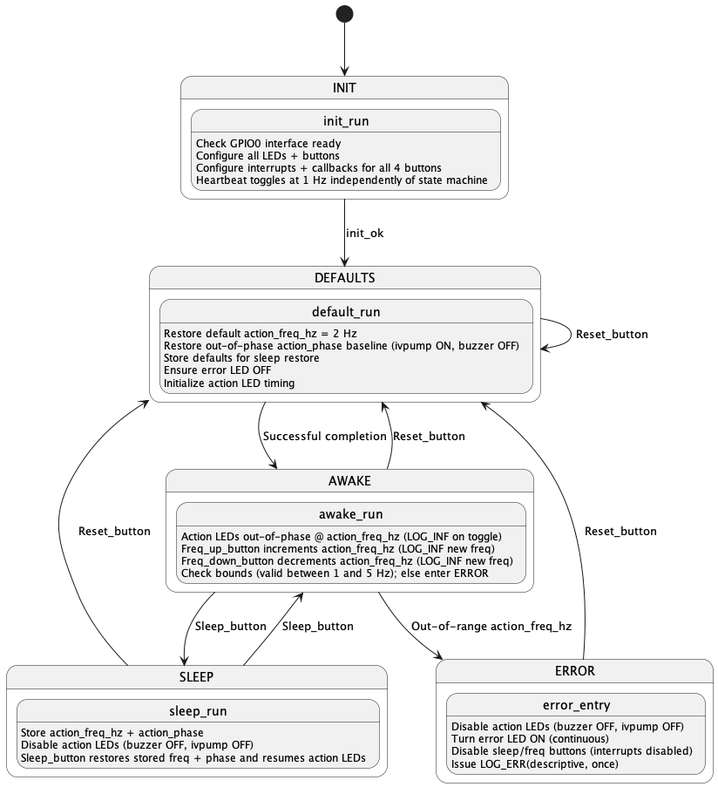
nikhilmethi/ZephyrRTOS keeps this PlantUML diagram as docs/state_diagram.png. Above is the earlier version. Source of this version:
```plantuml
@startuml
[*] --> INIT

state INIT {
    init_run: Check GPIO0 interface ready
    init_run: Configure all LEDs + buttons
    init_run: Configure interrupts + callbacks for all 4 buttons
    init_run: Heartbeat toggles at 1 Hz independently of state machine
}

INIT -d-> DEFAULTS : init_ok

state DEFAULTS {
    default_run: Restore default action_freq_hz = 2 Hz
    default_run: Restore out-of-phase action_phase baseline (ivpump ON, buzzer OFF)
    default_run: Store defaults for sleep restore
    default_run: Ensure error LED OFF
    default_run: Initialize action LED timing
}

DEFAULTS --> AWAKE : Successful completion
DEFAULTS --> DEFAULTS : Reset_button

state AWAKE {
    awake_run: Action LEDs out-of-phase @ action_freq_hz (LOG_INF on toggle)
    awake_run: Freq_up_button increments action_freq_hz (LOG_INF new freq)
    awake_run: Freq_down_button decrements action_freq_hz (LOG_INF new freq)
    awake_run: Check bounds (valid between 1 and 5 Hz); else enter ERROR
}

AWAKE --> SLEEP : Sleep_button
AWAKE --> DEFAULTS : Reset_button
AWAKE --> ERROR : Out-of-range action_freq_hz

state SLEEP {
    sleep_run: Store action_freq_hz + action_phase
    sleep_run: Disable action LEDs (buzzer OFF, ivpump OFF)
    sleep_run: Sleep_button restores stored freq + phase and resumes action LEDs
}

SLEEP --> AWAKE : Sleep_button
SLEEP --> DEFAULTS : Reset_button

state ERROR {
    error_entry: Disable action LEDs (buzzer OFF, ivpump OFF)
    error_entry: Turn error LED ON (continuous)
    error_entry: Disable sleep/freq buttons (interrupts disabled)
    error_entry: Issue LOG_ERR(descriptive, once)
}

ERROR --> DEFAULTS : Reset_button
@enduml
```
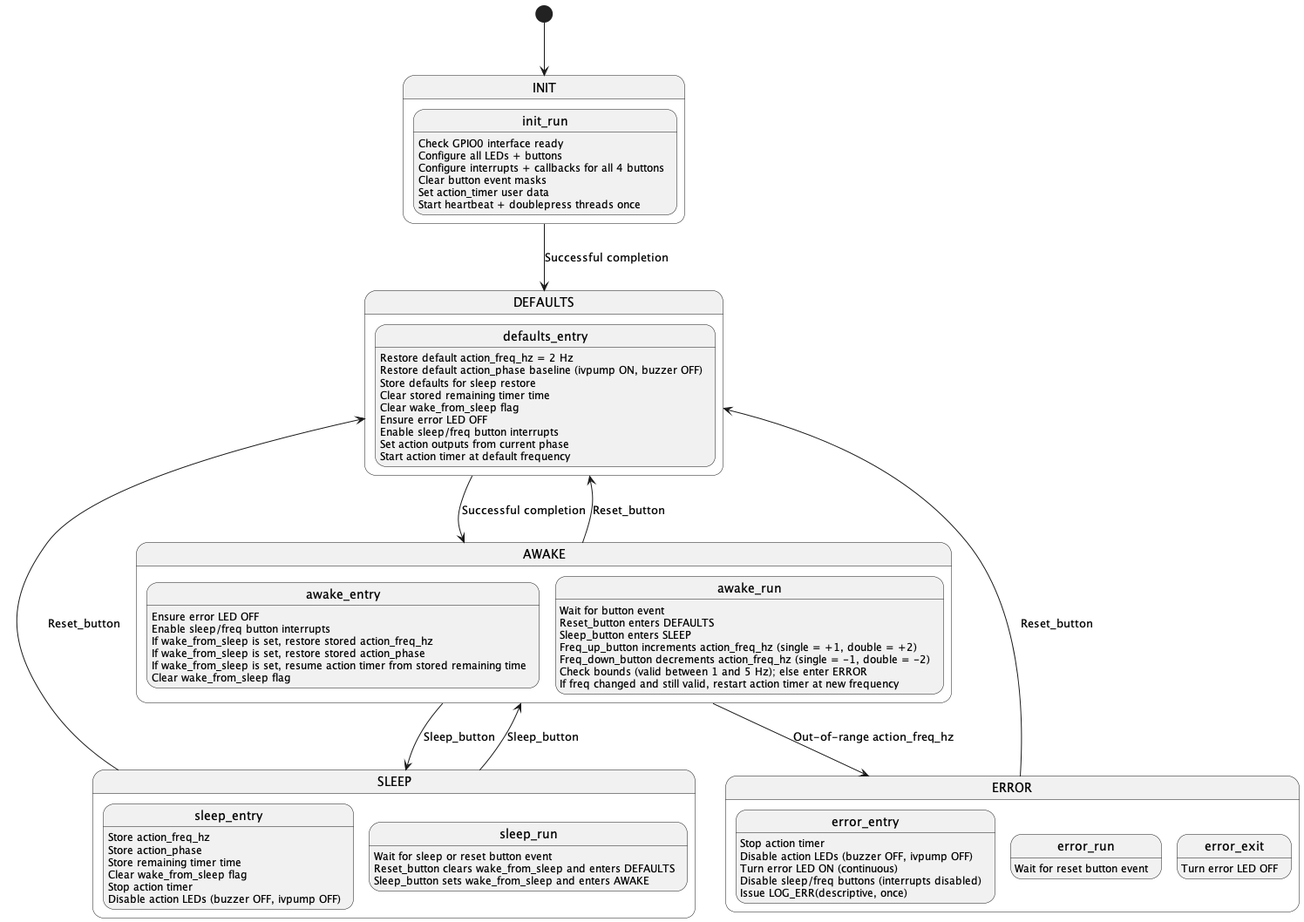
Later version of the same file.

Commit message:
Modified state_diagram and updated image file to reflect new entry/exit model

What changed in the source:
```diff
@@ -5,47 +5,70 @@
     init_run: Check GPIO0 interface ready
     init_run: Configure all LEDs + buttons
     init_run: Configure interrupts + callbacks for all 4 buttons
-    init_run: Heartbeat toggles at 1 Hz independently of state machine
+    init_run: Clear button event masks
+    init_run: Set action_timer user data
+    init_run: Start heartbeat + doublepress threads once
 }
 
-INIT -d-> DEFAULTS : init_ok
+INIT -d-> DEFAULTS : Successful completion
 
 state DEFAULTS {
-    default_run: Restore default action_freq_hz = 2 Hz
-    default_run: Restore out-of-phase action_phase baseline (ivpump ON, buzzer OFF)
-    default_run: Store defaults for sleep restore
-    default_run: Ensure error LED OFF
-    default_run: Initialize action LED timing
+    defaults_entry: Restore default action_freq_hz = 2 Hz
+    defaults_entry: Restore default action_phase baseline (ivpump ON, buzzer OFF)
+    defaults_entry: Store defaults for sleep restore
+    defaults_entry: Clear stored remaining timer time
+    defaults_entry: Clear wake_from_sleep flag
+    defaults_entry: Ensure error LED OFF
+    defaults_entry: Enable sleep/freq button interrupts
+    defaults_entry: Set action outputs from current phase
+    defaults_entry: Start action timer at default frequency
 }
 
 DEFAULTS --> AWAKE : Successful completion
-DEFAULTS --> DEFAULTS : Reset_button
 
 state AWAKE {
-    awake_run: Action LEDs out-of-phase @ action_freq_hz (LOG_INF on toggle)
-    awake_run: Freq_up_button increments action_freq_hz (LOG_INF new freq)
-    awake_run: Freq_down_button decrements action_freq_hz (LOG_INF new freq)
+    awake_entry: Ensure error LED OFF
+    awake_entry: Enable sleep/freq button interrupts
+    awake_entry: If wake_from_sleep is set, restore stored action_freq_hz
+    awake_entry: If wake_from_sleep is set, restore stored action_phase
+    awake_entry: If wake_from_sleep is set, resume action timer from stored remaining time
+    awake_entry: Clear wake_from_sleep flag
+    awake_run: Wait for button event
+    awake_run: Reset_button enters DEFAULTS
+    awake_run: Sleep_button enters SLEEP
+    awake_run: Freq_up_button increments action_freq_hz (single = +1, double = +2)
+    awake_run: Freq_down_button decrements action_freq_hz (single = -1, double = -2)
     awake_run: Check bounds (valid between 1 and 5 Hz); else enter ERROR
+    awake_run: If freq changed and still valid, restart action timer at new frequency
 }
 
+AWAKE --> DEFAULTS : Reset_button
 AWAKE --> SLEEP : Sleep_button
-AWAKE --> DEFAULTS : Reset_button
 AWAKE --> ERROR : Out-of-range action_freq_hz
 
 state SLEEP {
-    sleep_run: Store action_freq_hz + action_phase
-    sleep_run: Disable action LEDs (buzzer OFF, ivpump OFF)
-    sleep_run: Sleep_button restores stored freq + phase and resumes action LEDs
+    sleep_entry: Store action_freq_hz
+    sleep_entry: Store action_phase
+    sleep_entry: Store remaining timer time
+    sleep_entry: Clear wake_from_sleep flag
+    sleep_entry: Stop action timer
+    sleep_entry: Disable action LEDs (buzzer OFF, ivpump OFF)
+    sleep_run: Wait for sleep or reset button event
+    sleep_run: Reset_button clears wake_from_sleep and enters DEFAULTS
+    sleep_run: Sleep_button sets wake_from_sleep and enters AWAKE
 }
 
+SLEEP --> DEFAULTS : Reset_button
 SLEEP --> AWAKE : Sleep_button
-SLEEP --> DEFAULTS : Reset_button
 
 state ERROR {
+    error_entry: Stop action timer
     error_entry: Disable action LEDs (buzzer OFF, ivpump OFF)
     error_entry: Turn error LED ON (continuous)
     error_entry: Disable sleep/freq buttons (interrupts disabled)
     error_entry: Issue LOG_ERR(descriptive, once)
+    error_run: Wait for reset button event
+    error_exit: Turn error LED OFF
 }
 
 ERROR --> DEFAULTS : Reset_button
```
